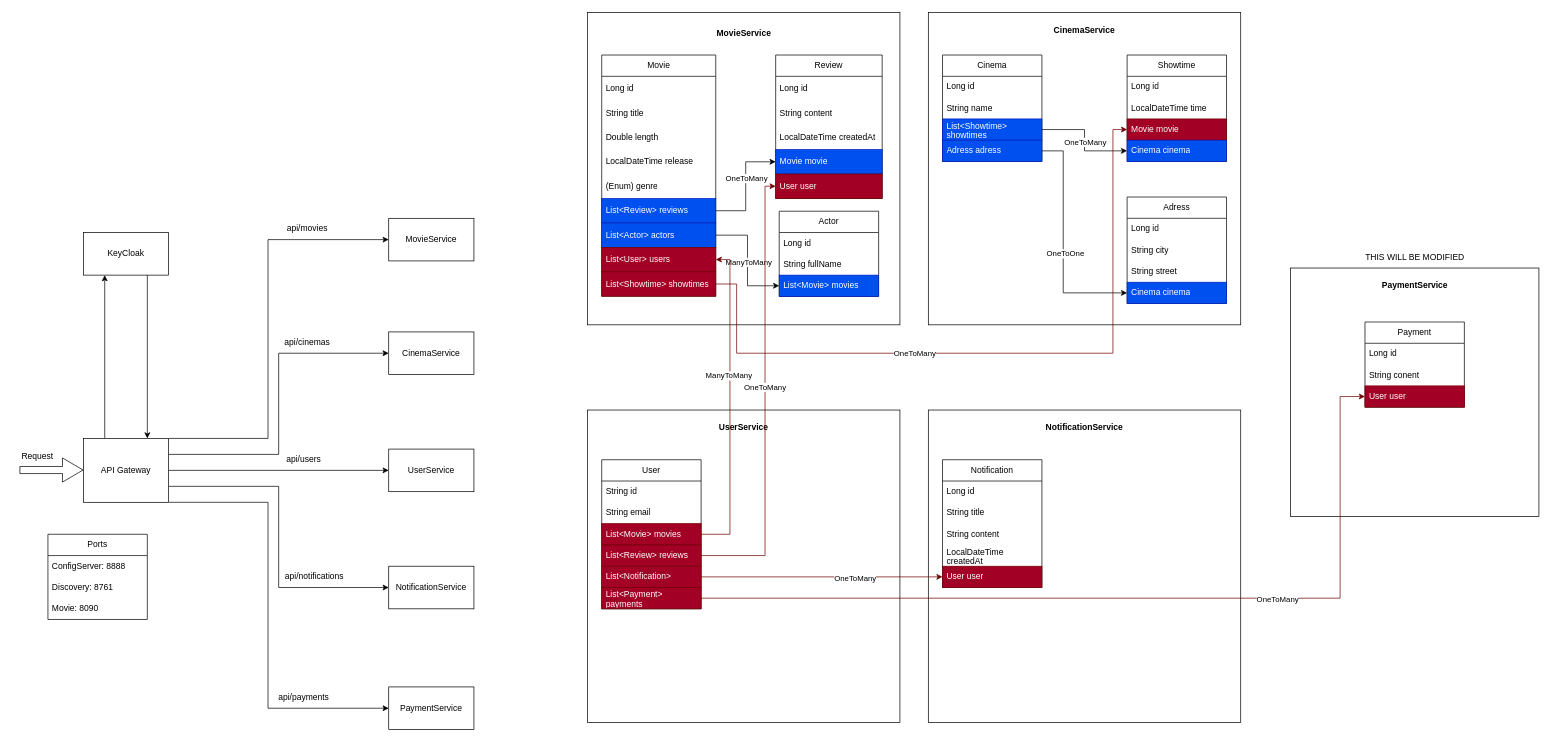
The draw.io diagram system.drawio in tpoda35/JAVA.PROJECT.MovieReservationSystem, before the edit. Source tidied: cells renumbered, new cells numbered last; positions are measured from the earlier drawing's top-left corner, leaving out a move shared by most shapes. Both pictures are drawn from the tidied source at 71%, with x=0, y=0 at pixel (12, 12).
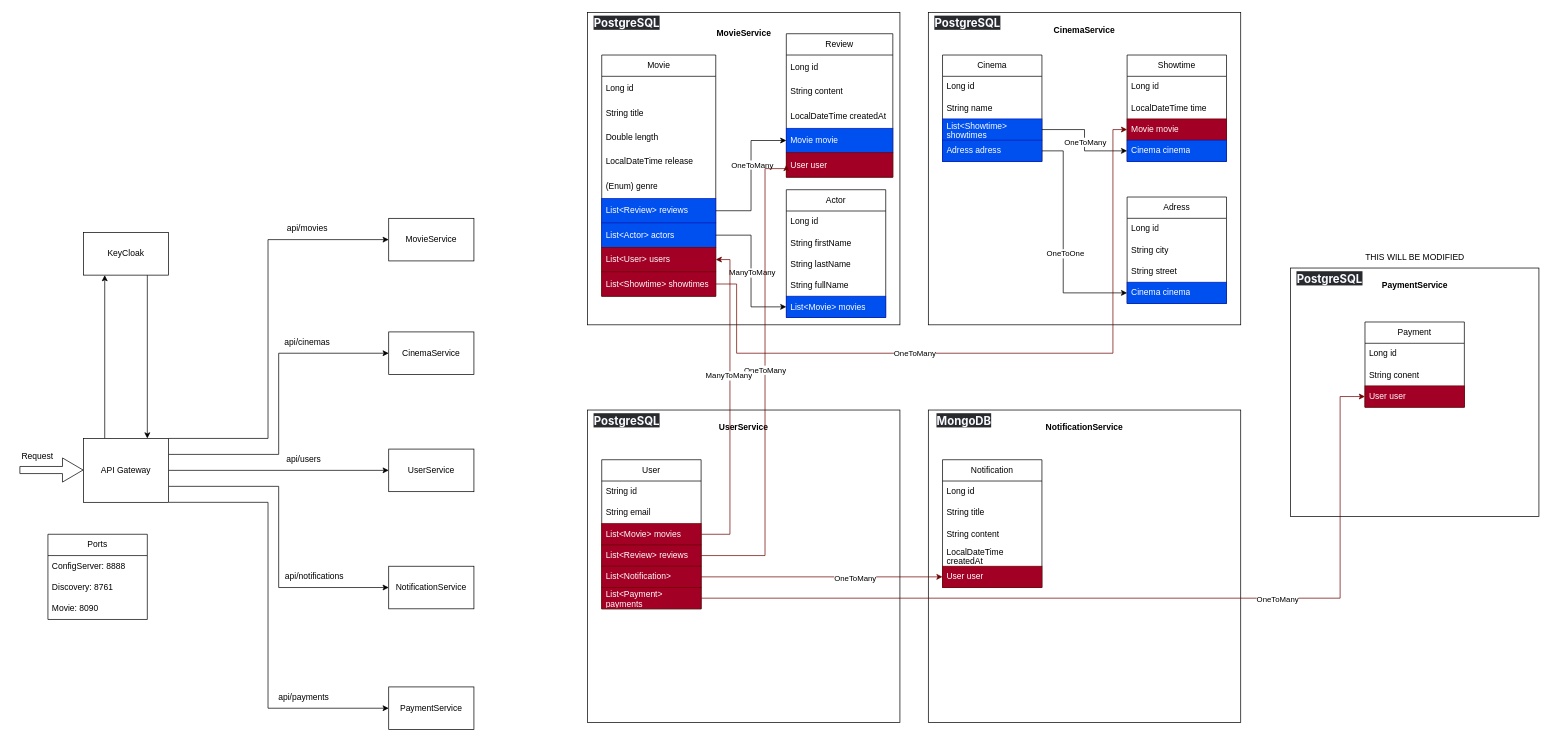
The same diagram, later.

The change refers to these unchanged cells:
```xml
<mxCell id="27" style="group;" parent="1" vertex="1">
  <mxGeometry x="810" width="440" height="440" as="geometry" />
</mxCell>
<mxCell id="45" value="User user" style="text;strokeColor=#6F0000;fillColor=#a20025;align=left;verticalAlign=middle;spacingLeft=4;spacingRight=4;overflow=hidden;points=[[0,0.5],[1,0.5]];portConstraint=eastwest;whiteSpace=wrap;html=1;fontColor=#ffffff;" parent="40" vertex="1">
  <mxGeometry y="167.6" width="150" height="34.4" as="geometry" />
</mxCell>
<mxCell id="54" style="group;" parent="1" vertex="1">
  <mxGeometry x="1290" width="440" height="440" as="geometry" />
</mxCell>
<mxCell id="78" style="group;" parent="1" vertex="1">
  <mxGeometry x="810" y="560" width="440" height="440" as="geometry" />
</mxCell>
<mxCell id="84" value="List&amp;lt;Review&amp;gt; reviews" style="text;strokeColor=#6F0000;fillColor=#a20025;align=left;verticalAlign=middle;spacingLeft=4;spacingRight=4;overflow=hidden;points=[[0,0.5],[1,0.5]];portConstraint=eastwest;whiteSpace=wrap;html=1;fontColor=#ffffff;" parent="80" vertex="1">
  <mxGeometry y="120" width="140" height="30" as="geometry" />
</mxCell>
<mxCell id="92" style="group;" parent="1" vertex="1">
  <mxGeometry x="1290" y="560" width="440" height="440" as="geometry" />
</mxCell>
<mxCell id="103" style="group;" parent="1" vertex="1">
  <mxGeometry x="1800" y="330" width="350" height="380" as="geometry" />
</mxCell>
```

Diff of the diagram source:
```diff
@@
     <mxCell id="40" value="Review" style="swimlane;fontStyle=0;horizontal=1;startSize=30;whiteSpace=wrap;html=1;" parent="27" vertex="1">
-      <mxGeometry x="265" y="60" width="150" height="202.1" as="geometry" />
+      <mxGeometry x="280" y="30" width="150" height="202.1" as="geometry" />
     </mxCell>
@@
     <mxCell id="48" value="Actor" style="swimlane;fontStyle=0;horizontal=1;startSize=30;whiteSpace=wrap;html=1;" parent="27" vertex="1">
-      <mxGeometry x="270" y="280" width="140" height="120" as="geometry" />
+      <mxGeometry x="280" y="249.7" width="140" height="180" as="geometry" />
     </mxCell>
@@
-    <mxCell id="50" value="String fullName" style="text;strokeColor=none;fillColor=none;align=left;verticalAlign=middle;spacingLeft=4;spacingRight=4;overflow=hidden;whiteSpace=wrap;html=1;" parent="48" vertex="1">
+    <mxCell id="50" value="String firstName" style="text;strokeColor=none;fillColor=none;align=left;verticalAlign=middle;spacingLeft=4;spacingRight=4;overflow=hidden;whiteSpace=wrap;html=1;" parent="48" vertex="1">
       <mxGeometry y="60" width="140" height="30" as="geometry" />
     </mxCell>
+    <mxCell id="113" value="String lastName" style="text;strokeColor=none;fillColor=none;align=left;verticalAlign=middle;spacingLeft=4;spacingRight=4;overflow=hidden;whiteSpace=wrap;html=1;" parent="48" vertex="1">
+      <mxGeometry y="90" width="140" height="30" as="geometry" />
+    </mxCell>
+    <mxCell id="114" value="String fullName" style="text;strokeColor=none;fillColor=none;align=left;verticalAlign=middle;spacingLeft=4;spacingRight=4;overflow=hidden;whiteSpace=wrap;html=1;" parent="48" vertex="1">
+      <mxGeometry y="120" width="140" height="30" as="geometry" />
+    </mxCell>
     <mxCell id="51" value="List&amp;lt;Movie&amp;gt; movies" style="text;strokeColor=#001DBC;fillColor=#0050ef;align=left;verticalAlign=middle;spacingLeft=4;spacingRight=4;overflow=hidden;points=[[0,0.5],[1,0.5]];portConstraint=eastwest;whiteSpace=wrap;html=1;fontColor=#ffffff;" parent="48" vertex="1">
-      <mxGeometry y="90" width="140" height="30" as="geometry" />
+      <mxGeometry y="150" width="140" height="30" as="geometry" />
     </mxCell>
@@
+    <mxCell id="115" value="&lt;strong style=&quot;color: rgb(248, 250, 255); font-family: Inter, system-ui, -apple-system, BlinkMacSystemFont, &amp;quot;Segoe UI&amp;quot;, Roboto, &amp;quot;Noto Sans&amp;quot;, Ubuntu, Cantarell, &amp;quot;Helvetica Neue&amp;quot;, Oxygen, &amp;quot;Open Sans&amp;quot;, sans-serif; font-size: 16.002px; text-align: left; text-wrap-mode: wrap; background-color: rgb(41, 42, 45);&quot;&gt;PostgreSQL&lt;/strong&gt;" style="text;html=1;align=center;verticalAlign=middle;strokeColor=none;fillColor=none;" parent="27" vertex="1">
+      <mxGeometry width="110" height="30" as="geometry" />
+    </mxCell>
@@
+    <mxCell id="116" value="&lt;strong style=&quot;color: rgb(248, 250, 255); font-family: Inter, system-ui, -apple-system, BlinkMacSystemFont, &amp;quot;Segoe UI&amp;quot;, Roboto, &amp;quot;Noto Sans&amp;quot;, Ubuntu, Cantarell, &amp;quot;Helvetica Neue&amp;quot;, Oxygen, &amp;quot;Open Sans&amp;quot;, sans-serif; font-size: 16.002px; text-align: left; text-wrap-mode: wrap; background-color: rgb(41, 42, 45);&quot;&gt;PostgreSQL&lt;/strong&gt;" style="text;html=1;align=center;verticalAlign=middle;strokeColor=none;fillColor=none;" parent="54" vertex="1">
+      <mxGeometry width="110" height="30" as="geometry" />
+    </mxCell>
@@
+    <mxCell id="117" value="&lt;strong style=&quot;color: rgb(248, 250, 255); font-family: Inter, system-ui, -apple-system, BlinkMacSystemFont, &amp;quot;Segoe UI&amp;quot;, Roboto, &amp;quot;Noto Sans&amp;quot;, Ubuntu, Cantarell, &amp;quot;Helvetica Neue&amp;quot;, Oxygen, &amp;quot;Open Sans&amp;quot;, sans-serif; font-size: 16.002px; text-align: left; text-wrap-mode: wrap; background-color: rgb(41, 42, 45);&quot;&gt;PostgreSQL&lt;/strong&gt;" style="text;html=1;align=center;verticalAlign=middle;strokeColor=none;fillColor=none;" parent="78" vertex="1">
+      <mxGeometry width="110" height="30" as="geometry" />
+    </mxCell>
     <mxCell id="88" style="edgeStyle=orthogonalEdgeStyle;rounded=0;jettySize=auto;html=1;exitX=1;exitY=0.5;exitDx=0;exitDy=0;entryX=0;entryY=0.5;entryDx=0;entryDy=0;fillColor=#a20025;strokeColor=#6F0000;" parent="1" edge="1" source="84" target="45">
       <mxGeometry relative="1" as="geometry">
         <Array as="points">
           <mxPoint x="1060" y="765" />
-          <mxPoint x="1060" y="245" />
+          <mxPoint x="1060" y="220" />
+          <mxPoint x="1090" y="220" />
         </Array>
       </mxGeometry>
     </mxCell>
@@
+    <mxCell id="118" value="&lt;strong style=&quot;color: rgb(248, 250, 255); font-family: Inter, system-ui, -apple-system, BlinkMacSystemFont, &amp;quot;Segoe UI&amp;quot;, Roboto, &amp;quot;Noto Sans&amp;quot;, Ubuntu, Cantarell, &amp;quot;Helvetica Neue&amp;quot;, Oxygen, &amp;quot;Open Sans&amp;quot;, sans-serif; font-size: 16.002px; text-align: left; text-wrap-mode: wrap; background-color: rgb(41, 42, 45);&quot;&gt;MongoDB&lt;/strong&gt;" style="text;html=1;align=center;verticalAlign=middle;strokeColor=none;fillColor=none;" parent="92" vertex="1">
+      <mxGeometry width="100" height="30" as="geometry" />
+    </mxCell>
@@
+    <mxCell id="119" value="&lt;strong style=&quot;color: rgb(248, 250, 255); font-family: Inter, system-ui, -apple-system, BlinkMacSystemFont, &amp;quot;Segoe UI&amp;quot;, Roboto, &amp;quot;Noto Sans&amp;quot;, Ubuntu, Cantarell, &amp;quot;Helvetica Neue&amp;quot;, Oxygen, &amp;quot;Open Sans&amp;quot;, sans-serif; font-size: 16.002px; text-align: left; text-wrap-mode: wrap; background-color: rgb(41, 42, 45);&quot;&gt;PostgreSQL&lt;/strong&gt;" style="text;html=1;align=center;verticalAlign=middle;strokeColor=none;fillColor=none;" parent="103" vertex="1">
+      <mxGeometry y="30" width="110" height="30" as="geometry" />
+    </mxCell>
```
